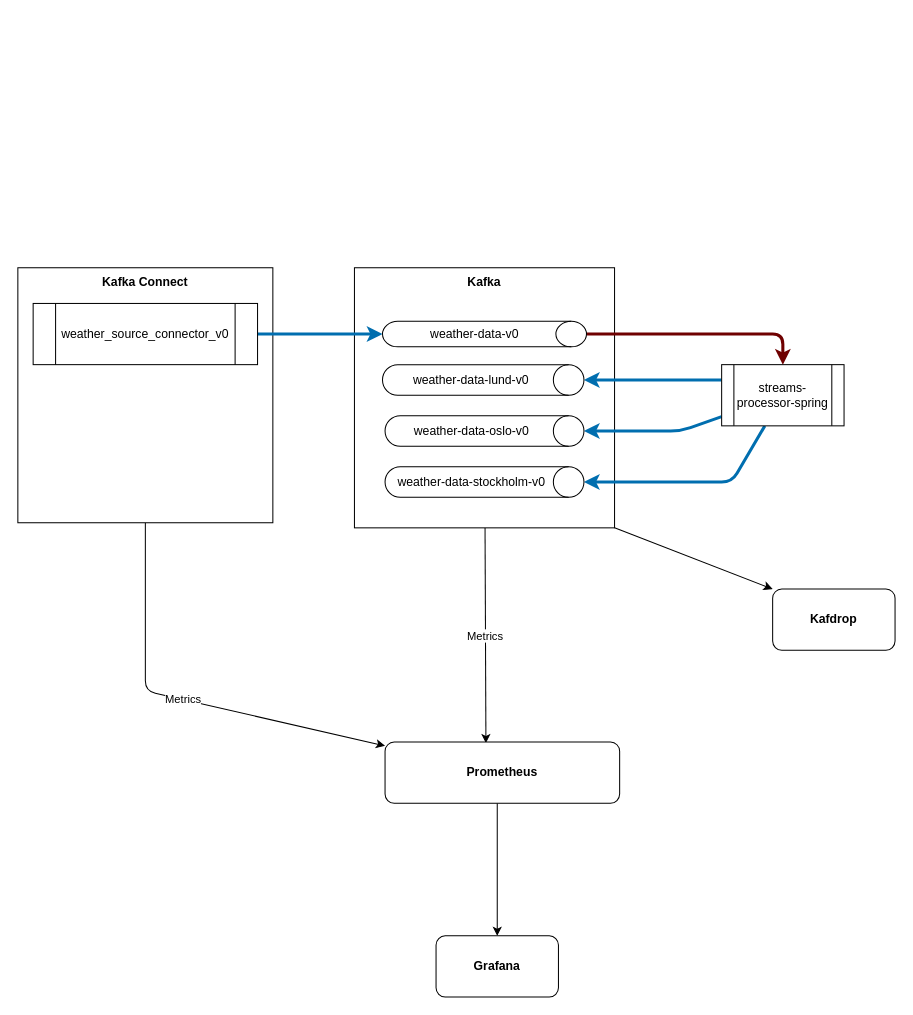
mehdihasan/strimzi-playground keeps this draw.io diagram as architecture.drawio. Above is the earlier version. Source tidied: cells renumbered, new cells numbered last; positions are measured from the earlier drawing's top-left corner, leaving out a move shared by most shapes. Both pictures are drawn from the tidied source at 102%, with x=0, y=0 at pixel (17, 267).
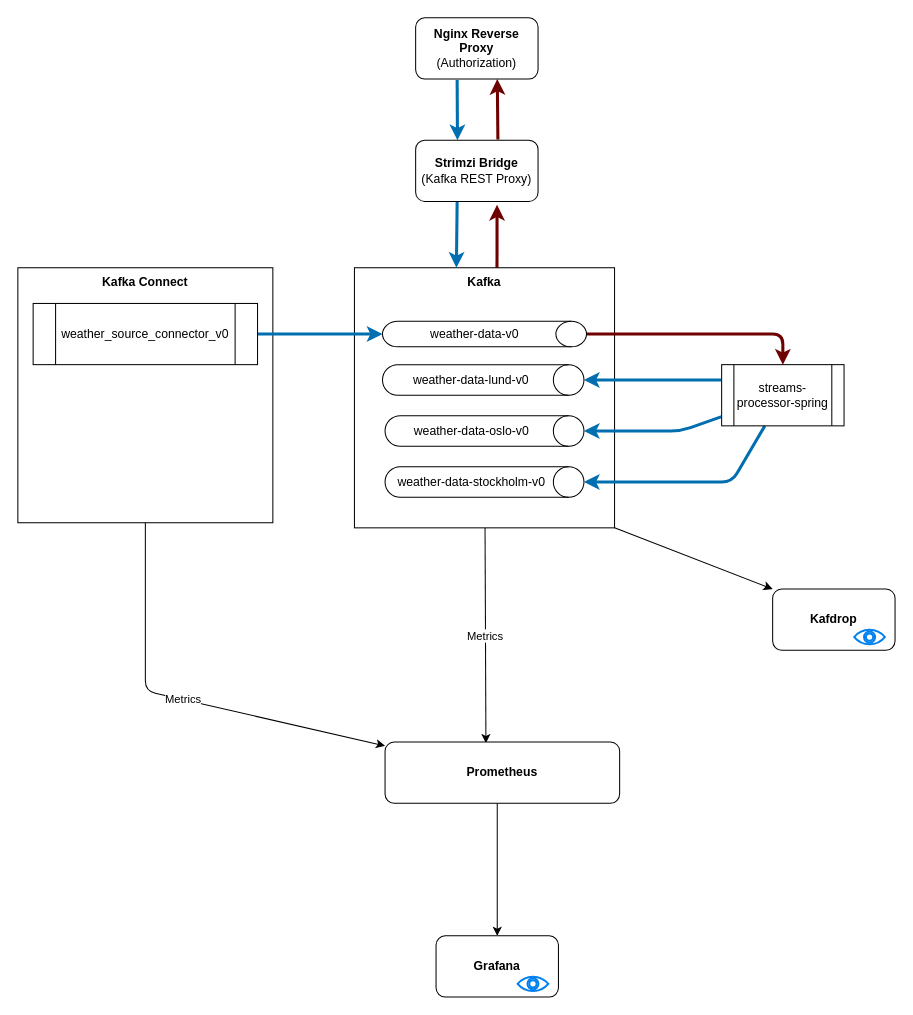
After the change.

Commit message (it also covers changes not shown here):
updated architectural diagram

The change refers to these unchanged cells:
```xml
<mxCell id="4" value="&lt;b&gt;Kafka&lt;/b&gt;" style="whiteSpace=wrap;html=1;verticalAlign=top;" parent="1" vertex="1">
  <mxGeometry x="330" width="255" height="255" as="geometry" />
</mxCell>
```

What changed in the source:
```diff
@@
+    <mxCell id="22" style="edgeStyle=none;html=1;entryX=0.665;entryY=1.056;entryDx=0;entryDy=0;exitX=0.548;exitY=0.059;exitDx=0;exitDy=0;exitPerimeter=0;entryPerimeter=0;strokeWidth=3;fillColor=#a20025;strokeColor=#6F0000;" parent="1" edge="1" source="4" target="25">
+      <mxGeometry relative="1" as="geometry" />
+    </mxCell>
@@
+    <mxCell id="23" style="edgeStyle=none;html=1;entryX=0.392;entryY=0;entryDx=0;entryDy=0;entryPerimeter=0;exitX=0.339;exitY=1;exitDx=0;exitDy=0;exitPerimeter=0;fillColor=#1ba1e2;strokeColor=#006EAF;strokeWidth=3;" parent="1" edge="1" source="25" target="4">
+      <mxGeometry relative="1" as="geometry" />
+    </mxCell>
+    <mxCell id="24" style="edgeStyle=none;html=1;entryX=0.667;entryY=1;entryDx=0;entryDy=0;entryPerimeter=0;exitX=0.672;exitY=-0.014;exitDx=0;exitDy=0;exitPerimeter=0;strokeWidth=3;fillColor=#a20025;strokeColor=#6F0000;" parent="1" edge="1" source="25" target="27">
+      <mxGeometry relative="1" as="geometry" />
+    </mxCell>
+    <mxCell id="25" value="&lt;b&gt;Strimzi Bridge&lt;/b&gt;&lt;br&gt;(Kafka REST Proxy)" style="rounded=1;whiteSpace=wrap;html=1;" parent="1" vertex="1">
+      <mxGeometry x="390" y="-125" width="120" height="60" as="geometry" />
+    </mxCell>
+    <mxCell id="26" style="edgeStyle=none;html=1;exitX=0.339;exitY=1.014;exitDx=0;exitDy=0;exitPerimeter=0;fillColor=#1ba1e2;strokeColor=#006EAF;strokeWidth=3;" parent="1" edge="1" source="27">
+      <mxGeometry relative="1" as="geometry">
+        <mxPoint x="431" y="-125" as="targetPoint" />
+      </mxGeometry>
+    </mxCell>
+    <mxCell id="27" value="&lt;b&gt;Nginx Reverse Proxy&lt;/b&gt;&lt;br&gt;(Authorization)" style="rounded=1;whiteSpace=wrap;html=1;" parent="1" vertex="1">
+      <mxGeometry x="390" y="-245" width="120" height="60" as="geometry" />
+    </mxCell>
+    <mxCell id="28" style="html=1;verticalLabelPosition=bottom;align=center;labelBackgroundColor=#ffffff;verticalAlign=top;strokeWidth=2;strokeColor=#0080F0;shadow=0;dashed=0;shape=mxgraph.ios7.icons.eye;" parent="1" vertex="1">
+      <mxGeometry x="820" y="355" width="30" height="14.1" as="geometry" />
+    </mxCell>
+    <mxCell id="29" style="html=1;verticalLabelPosition=bottom;align=center;labelBackgroundColor=#ffffff;verticalAlign=top;strokeWidth=2;strokeColor=#0080F0;shadow=0;dashed=0;shape=mxgraph.ios7.icons.eye;" parent="1" vertex="1">
+      <mxGeometry x="490" y="695" width="30" height="14.1" as="geometry" />
+    </mxCell>
```
